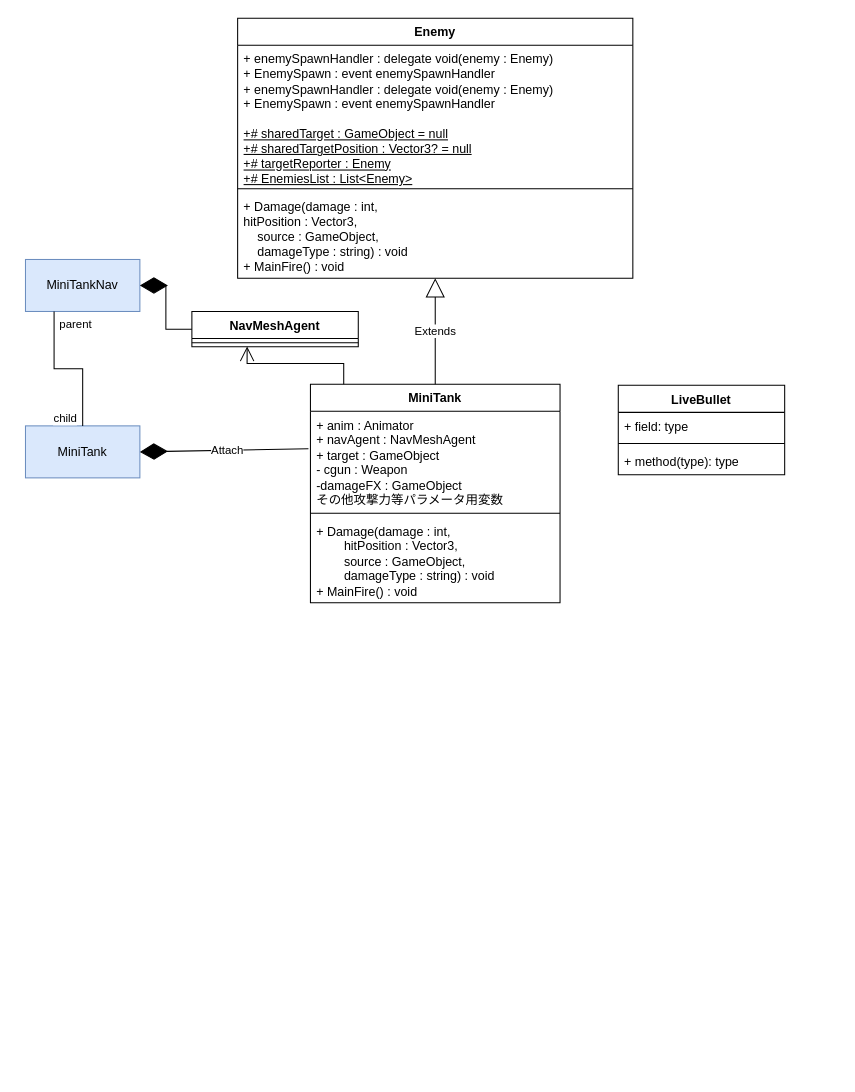
Earlier version of the draw.io diagram 名称未設定ファイル.drawio (magnet15s/blackout_230604). Source tidied: cells renumbered, new cells numbered last; positions are measured from the earlier drawing's top-left corner, leaving out a move shared by most shapes. Both pictures are drawn from the tidied source at 104%, with x=0, y=0 at pixel (25, 18).
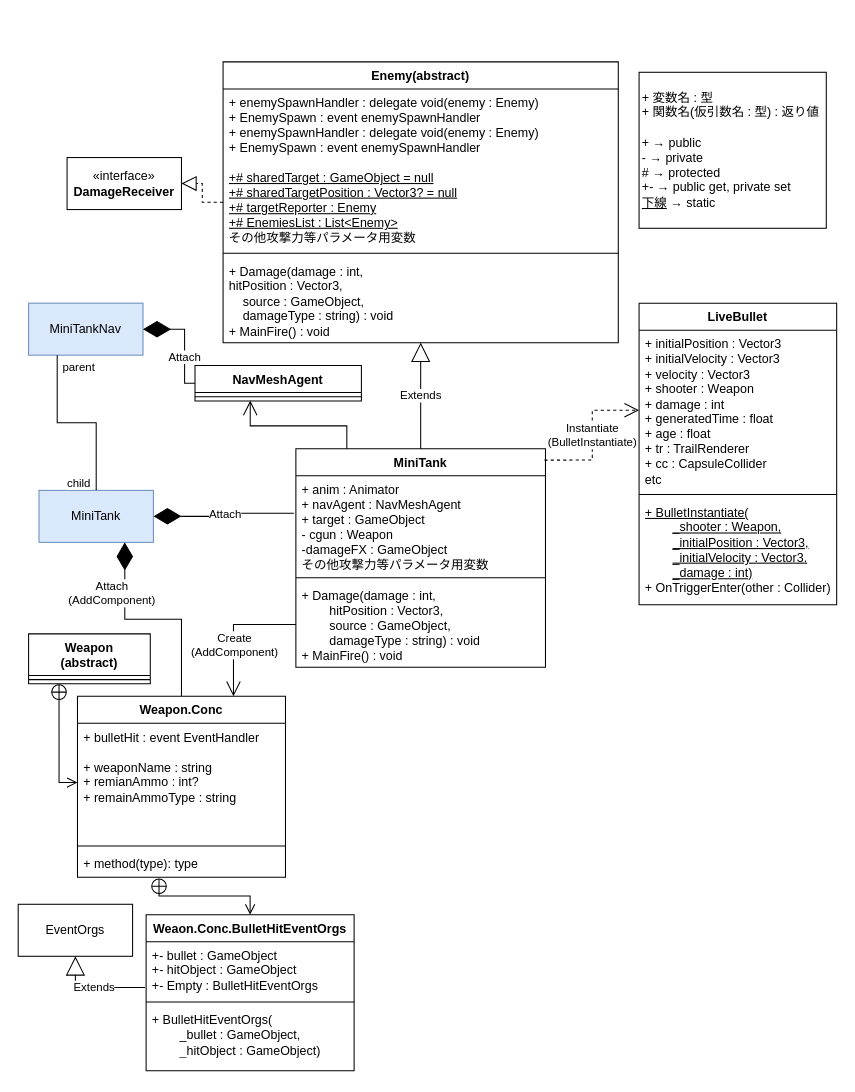
Above is the later version.

Unchanged cells that the change refers to:
```xml
<mxCell id="7" value="+ anim : Animator&lt;br&gt;+ navAgent : NavMeshAgent&lt;br&gt;+ target : GameObject&lt;br&gt;- cgun : Weapon&lt;br&gt;-damageFX : GameObject&lt;br&gt;その他攻撃力等パラメータ用変数" style="text;strokeColor=none;fillColor=none;align=left;verticalAlign=top;spacingLeft=4;spacingRight=4;overflow=hidden;points=[[0,0.5],[1,0.5]];portConstraint=eastwest;whiteSpace=wrap;html=1;" parent="6" vertex="1">
  <mxGeometry y="26" width="240" height="94" as="geometry" />
</mxCell>
<mxCell id="9" value="+ Damage(damage : int,&lt;br&gt;&lt;span style=&quot;white-space: pre;&quot;&gt;&#9;&lt;/span&gt;hitPosition&amp;nbsp;: Vector3,&lt;br&gt;&lt;span style=&quot;white-space: pre;&quot;&gt;&#9;&lt;/span&gt;source : GameObject,&lt;br&gt;&lt;span style=&quot;white-space: pre;&quot;&gt;&#9;&lt;/span&gt;damageType : string) : void&lt;br&gt;+ MainFire() : void" style="text;strokeColor=none;fillColor=none;align=left;verticalAlign=top;spacingLeft=4;spacingRight=4;overflow=hidden;points=[[0,0.5],[1,0.5]];portConstraint=eastwest;whiteSpace=wrap;html=1;" parent="6" vertex="1">
  <mxGeometry y="128" width="240" height="82" as="geometry" />
</mxCell>
<mxCell id="19" style="line;strokeWidth=1;fillColor=none;align=left;verticalAlign=middle;spacingTop=-1;spacingLeft=3;spacingRight=3;labelPosition=right;points=[];portConstraint=eastwest;strokeColor=inherit;" parent="18" vertex="1">
  <mxGeometry y="26" width="160" height="8" as="geometry" />
</mxCell>
```

The edit, as a diff of the source:
```diff
@@
-    <mxCell id="2" value="Enemy" style="swimlane;fontStyle=1;align=center;verticalAlign=top;horizontal=1;startSize=26;whiteSpace=wrap;html=1;" parent="1" vertex="1">
-      <mxGeometry x="204" width="380" height="250" as="geometry" />
+    <mxCell id="2" value="Enemy(abstract)" style="swimlane;fontStyle=1;align=center;verticalAlign=top;horizontal=1;startSize=26;whiteSpace=wrap;html=1;" parent="1" vertex="1">
+      <mxGeometry x="190" y="42" width="380" height="270" as="geometry" />
     </mxCell>
-    <mxCell id="3" value="+ enemySpawnHandler : delegate void(enemy : Enemy)&lt;br&gt;+ EnemySpawn : event enemySpawnHandler&lt;br&gt;+ enemySpawnHandler : delegate void(enemy : Enemy)&lt;br style=&quot;border-color: var(--border-color);&quot;&gt;+ EnemySpawn : event enemySpawnHandler&lt;br&gt;&lt;br&gt;&lt;u&gt;+# sharedTarget : GameObject = null&lt;br&gt;+# sharedTargetPosition : Vector3? = null&lt;br&gt;+# targetReporter : Enemy&lt;br&gt;+# EnemiesList : List&amp;lt;Enemy&amp;gt;&lt;/u&gt;" style="text;strokeColor=none;fillColor=none;align=left;verticalAlign=top;spacingLeft=4;spacingRight=4;overflow=hidden;whiteSpace=wrap;html=1;" parent="2" vertex="1">
-      <mxGeometry y="26" width="380" height="134" as="geometry" />
+    <mxCell id="3" value="+ enemySpawnHandler : delegate void(enemy : Enemy)&lt;br&gt;+ EnemySpawn : event enemySpawnHandler&lt;br&gt;+ enemySpawnHandler : delegate void(enemy : Enemy)&lt;br style=&quot;border-color: var(--border-color);&quot;&gt;+ EnemySpawn : event enemySpawnHandler&lt;br&gt;&lt;br&gt;&lt;u&gt;+# sharedTarget : GameObject = null&lt;br&gt;+# sharedTargetPosition : Vector3? = null&lt;br&gt;+# targetReporter : Enemy&lt;br&gt;+# EnemiesList : List&amp;lt;Enemy&amp;gt;&lt;br&gt;&lt;/u&gt;その他攻撃力等パラメータ用変数&lt;u&gt;&lt;br&gt;&lt;/u&gt;" style="text;strokeColor=none;fillColor=none;align=left;verticalAlign=top;spacingLeft=4;spacingRight=4;overflow=hidden;whiteSpace=wrap;html=1;" parent="2" vertex="1">
+      <mxGeometry y="26" width="380" height="154" as="geometry" />
     </mxCell>
     <mxCell id="4" style="line;strokeWidth=1;fillColor=none;align=left;verticalAlign=middle;spacingTop=-1;spacingLeft=3;spacingRight=3;labelPosition=right;strokeColor=inherit;" parent="2" vertex="1">
-      <mxGeometry y="160" width="380" height="8" as="geometry" />
+      <mxGeometry y="180" width="380" height="8" as="geometry" />
     </mxCell>
     <mxCell id="5" value="+ Damage(damage : int,&lt;br style=&quot;border-color: var(--border-color);&quot;&gt;&#9;hitPosition&amp;nbsp;: Vector3,&lt;br style=&quot;border-color: var(--border-color);&quot;&gt;&lt;span style=&quot;border-color: var(--border-color);&quot;&gt;&lt;span style=&quot;white-space: pre;&quot;&gt;&amp;nbsp;&amp;nbsp;&amp;nbsp;&amp;nbsp;&lt;/span&gt;&lt;/span&gt;source : GameObject,&lt;br style=&quot;border-color: var(--border-color);&quot;&gt;&lt;span style=&quot;border-color: var(--border-color);&quot;&gt;&lt;span style=&quot;white-space: pre;&quot;&gt;&amp;nbsp;&amp;nbsp;&amp;nbsp;&amp;nbsp;&lt;/span&gt;&lt;/span&gt;damageType : string) : void&lt;br style=&quot;border-color: var(--border-color);&quot;&gt;+ MainFire() : void" style="text;strokeColor=none;fillColor=none;align=left;verticalAlign=top;spacingLeft=4;spacingRight=4;overflow=hidden;points=[[0,0.5],[1,0.5]];portConstraint=eastwest;whiteSpace=wrap;html=1;" parent="2" vertex="1">
-      <mxGeometry y="168" width="380" height="82" as="geometry" />
+      <mxGeometry y="188" width="380" height="82" as="geometry" />
     </mxCell>
     <mxCell id="6" value="MiniTank" style="swimlane;fontStyle=1;align=center;verticalAlign=top;horizontal=1;startSize=26;whiteSpace=wrap;html=1;" parent="1" vertex="1">
-      <mxGeometry x="274" y="352" width="240" height="210" as="geometry" />
+      <mxGeometry x="260" y="414" width="240" height="210" as="geometry" />
     </mxCell>
@@
     <mxCell id="10" value="MiniTank" style="html=1;whiteSpace=wrap;fillColor=#dae8fc;strokeColor=#6c8ebf;" parent="1" vertex="1">
-      <mxGeometry y="392" width="110" height="50" as="geometry" />
+      <mxGeometry x="13" y="454" width="110" height="50" as="geometry" />
     </mxCell>
     <mxCell id="11" value="MiniTankNav" style="html=1;whiteSpace=wrap;fillColor=#dae8fc;strokeColor=#6c8ebf;" parent="1" vertex="1">
-      <mxGeometry y="232" width="110" height="50" as="geometry" />
+      <mxGeometry x="3" y="274" width="110" height="50" as="geometry" />
     </mxCell>
@@
-    <mxCell id="16" style="endArrow=diamondThin;endFill=1;endSize=24;html=1;rounded=0;exitX=-0.008;exitY=0.383;exitDx=0;exitDy=0;entryX=1;entryY=0.5;entryDx=0;entryDy=0;exitPerimeter=0;" parent="1" edge="1" source="7" target="10">
+    <mxCell id="16" style="endArrow=diamondThin;endFill=1;endSize=24;html=1;rounded=0;exitX=-0.008;exitY=0.383;exitDx=0;exitDy=0;entryX=1;entryY=0.5;entryDx=0;entryDy=0;exitPerimeter=0;edgeStyle=orthogonalEdgeStyle;" parent="1" edge="1" source="7" target="10">
       <mxGeometry relative="1" as="geometry" />
     </mxCell>
@@
     <mxCell id="18" value="NavMeshAgent" style="swimlane;fontStyle=1;align=center;verticalAlign=top;horizontal=1;startSize=26;whiteSpace=wrap;html=1;" parent="1" vertex="1">
-      <mxGeometry x="160" y="282" width="160" height="34" as="geometry" />
+      <mxGeometry x="163" y="334" width="160" height="34" as="geometry" />
     </mxCell>
@@
     <mxCell id="20" style="endArrow=diamondThin;endFill=1;endSize=24;html=1;rounded=0;exitX=0;exitY=0.5;exitDx=0;exitDy=0;entryX=1;entryY=0.5;entryDx=0;entryDy=0;edgeStyle=orthogonalEdgeStyle;" parent="1" edge="1" source="18" target="11">
-      <mxGeometry relative="1" as="geometry" />
+      <mxGeometry relative="1" as="geometry">
+        <Array as="points">
+          <mxPoint x="153" y="351" />
+          <mxPoint x="153" y="299" />
+        </Array>
+      </mxGeometry>
     </mxCell>
+    <mxCell id="26" value="Attach" style="edgeLabel;html=1;align=center;verticalAlign=middle;" parent="20" vertex="1">
+      <mxGeometry x="-0.29" y="1" relative="1" as="geometry" />
+    </mxCell>
     <mxCell id="21" style="endArrow=open;endFill=1;endSize=12;html=1;rounded=0;entryX=0.332;entryY=0.952;entryDx=0;entryDy=0;entryPerimeter=0;edgeStyle=orthogonalEdgeStyle;" parent="1" edge="1" source="6" target="19">
       <mxGeometry relative="1" as="geometry">
         <Array as="points">
-          <mxPoint x="306" y="332" />
-          <mxPoint x="213" y="332" />
+          <mxPoint x="309" y="392" />
+          <mxPoint x="216" y="392" />
         </Array>
       </mxGeometry>
     </mxCell>
     <mxCell id="22" value="LiveBullet" style="swimlane;fontStyle=1;align=center;verticalAlign=top;horizontal=1;startSize=26;whiteSpace=wrap;html=1;" parent="1" vertex="1">
-      <mxGeometry x="570" y="353" width="160" height="86" as="geometry" />
+      <mxGeometry x="590" y="274" width="190" height="290" as="geometry" />
     </mxCell>
-    <mxCell id="23" value="+ field: type" style="text;strokeColor=none;fillColor=none;align=left;verticalAlign=top;spacingLeft=4;spacingRight=4;overflow=hidden;points=[[0,0.5],[1,0.5]];portConstraint=eastwest;whiteSpace=wrap;html=1;" parent="22" vertex="1">
-      <mxGeometry y="26" width="160" height="26" as="geometry" />
+    <mxCell id="23" value="+ initialPosition : Vector3&lt;br&gt;+ initialVelocity : Vector3&lt;br&gt;+ velocity : Vector3&lt;br&gt;+ shooter : Weapon&lt;br&gt;+ damage : int&lt;br&gt;+ generatedTime : float&lt;br&gt;+ age : float&lt;br&gt;+ tr : TrailRenderer&lt;br&gt;+ cc : CapsuleCollider&lt;br&gt;etc" style="text;strokeColor=none;fillColor=none;align=left;verticalAlign=top;spacingLeft=4;spacingRight=4;overflow=hidden;points=[[0,0.5],[1,0.5]];portConstraint=eastwest;whiteSpace=wrap;html=1;" parent="22" vertex="1">
+      <mxGeometry y="26" width="190" height="154" as="geometry" />
     </mxCell>
     <mxCell id="24" style="line;strokeWidth=1;fillColor=none;align=left;verticalAlign=middle;spacingTop=-1;spacingLeft=3;spacingRight=3;labelPosition=right;strokeColor=inherit;" parent="22" vertex="1">
-      <mxGeometry y="52" width="160" height="8" as="geometry" />
+      <mxGeometry y="180" width="190" height="8" as="geometry" />
     </mxCell>
-    <mxCell id="25" value="+ method(type): type" style="text;strokeColor=none;fillColor=none;align=left;verticalAlign=top;spacingLeft=4;spacingRight=4;overflow=hidden;whiteSpace=wrap;html=1;" parent="22" vertex="1">
-      <mxGeometry y="60" width="160" height="26" as="geometry" />
+    <mxCell id="25" value="&lt;u&gt;+ BulletInstantiate(&lt;br&gt;&lt;span style=&quot;white-space: pre;&quot;&gt;&#9;&lt;/span&gt;_shooter : Weapon,&lt;br&gt;&lt;span style=&quot;white-space: pre;&quot;&gt;&#9;&lt;/span&gt;_initialPosition : Vector3,&lt;br&gt;&lt;span style=&quot;white-space: pre;&quot;&gt;&#9;&lt;/span&gt;_initialVelocity : Vector3.&lt;br&gt;&lt;span style=&quot;white-space: pre;&quot;&gt;&#9;&lt;/span&gt;_damage : int)&lt;/u&gt;&lt;br&gt;+ OnTriggerEnter(other : Collider)" style="text;strokeColor=none;fillColor=none;align=left;verticalAlign=top;spacingLeft=4;spacingRight=4;overflow=hidden;whiteSpace=wrap;html=1;" parent="22" vertex="1">
+      <mxGeometry y="188" width="190" height="102" as="geometry" />
     </mxCell>
+    <mxCell id="27" value="Instantiate&lt;br&gt;(BulletInstantiate)" style="endArrow=open;endSize=12;dashed=1;html=1;rounded=0;exitX=0.996;exitY=0.052;exitDx=0;exitDy=0;exitPerimeter=0;edgeStyle=orthogonalEdgeStyle;" parent="1" edge="1" source="6" target="23">
+      <mxGeometry x="0.01" relative="1" as="geometry" />
+    </mxCell>
+    <mxCell id="28" value="«interface»&lt;br&gt;&lt;b&gt;DamageReceiver&lt;/b&gt;" style="html=1;whiteSpace=wrap;" parent="1" vertex="1">
+      <mxGeometry x="40" y="134" width="110" height="50" as="geometry" />
+    </mxCell>
+    <mxCell id="29" style="endArrow=block;dashed=1;endFill=0;endSize=12;html=1;rounded=0;edgeStyle=orthogonalEdgeStyle;" parent="1" edge="1" source="2" target="28">
+      <mxGeometry relative="1" as="geometry" />
+    </mxCell>
+    <mxCell id="30" value="&lt;div style=&quot;text-align: left;&quot;&gt;+ 変数名 : 型&lt;/div&gt;&lt;div style=&quot;text-align: left;&quot;&gt;+ 関数名(仮引数名 : 型) : 返り値&amp;nbsp;&lt;/div&gt;&lt;div style=&quot;text-align: left;&quot;&gt;&lt;span style=&quot;background-color: initial;&quot;&gt;&lt;br&gt;&lt;/span&gt;&lt;/div&gt;&lt;div style=&quot;text-align: left;&quot;&gt;&lt;span style=&quot;background-color: initial;&quot;&gt;+ → public&amp;nbsp;&lt;/span&gt;&lt;/div&gt;&lt;div style=&quot;text-align: left;&quot;&gt;&lt;span style=&quot;background-color: initial;&quot;&gt;- → private&lt;/span&gt;&lt;/div&gt;&lt;div style=&quot;text-align: left;&quot;&gt;&lt;span style=&quot;background-color: initial;&quot;&gt;# → protected&lt;/span&gt;&lt;/div&gt;&lt;div style=&quot;text-align: left;&quot;&gt;&lt;span style=&quot;background-color: initial;&quot;&gt;+- → public get, private set&lt;/span&gt;&lt;/div&gt;&lt;div style=&quot;text-align: left;&quot;&gt;&lt;span style=&quot;background-color: initial;&quot;&gt;&lt;u&gt;下線&lt;/u&gt;&amp;nbsp;→ static&lt;/span&gt;&lt;/div&gt;" style="text;html=1;strokeColor=#000000;fillColor=none;align=center;verticalAlign=middle;whiteSpace=wrap;rounded=0;" parent="1" vertex="1">
+      <mxGeometry x="590" y="52" width="180" height="150" as="geometry" />
+    </mxCell>
+    <mxCell id="31" value="Weapon.Conc" style="swimlane;fontStyle=1;align=center;verticalAlign=top;horizontal=1;startSize=26;whiteSpace=wrap;html=1;" parent="1" vertex="1">
+      <mxGeometry x="50" y="652" width="200" height="174" as="geometry" />
+    </mxCell>
+    <mxCell id="32" value="+ bulletHit : event EventHandler&lt;br&gt;&lt;br&gt;+ weaponName : string&lt;br&gt;+ remianAmmo : int?&lt;br&gt;+ remainAmmoType : string" style="text;strokeColor=none;fillColor=none;align=left;verticalAlign=top;spacingLeft=4;spacingRight=4;overflow=hidden;points=[[0,0.5],[1,0.5]];portConstraint=eastwest;whiteSpace=wrap;html=1;" parent="31" vertex="1">
+      <mxGeometry y="26" width="200" height="114" as="geometry" />
+    </mxCell>
+    <mxCell id="33" style="line;strokeWidth=1;fillColor=none;align=left;verticalAlign=middle;spacingTop=-1;spacingLeft=3;spacingRight=3;labelPosition=right;strokeColor=inherit;" parent="31" vertex="1">
+      <mxGeometry y="140" width="200" height="8" as="geometry" />
+    </mxCell>
+    <mxCell id="34" value="+ method(type): type" style="text;strokeColor=none;fillColor=none;align=left;verticalAlign=top;spacingLeft=4;spacingRight=4;overflow=hidden;points=[[0,0.5],[1,0.5]];portConstraint=eastwest;whiteSpace=wrap;html=1;" parent="31" vertex="1">
+      <mxGeometry y="148" width="200" height="26" as="geometry" />
+    </mxCell>
+    <mxCell id="35" value="Weapon&lt;br&gt;(abstract)" style="swimlane;fontStyle=1;align=center;verticalAlign=top;horizontal=1;startSize=40;whiteSpace=wrap;html=1;" parent="1" vertex="1">
+      <mxGeometry x="3" y="592" width="117" height="48" as="geometry" />
+    </mxCell>
+    <mxCell id="36" style="line;strokeWidth=1;fillColor=none;align=left;verticalAlign=middle;spacingTop=-1;spacingLeft=3;spacingRight=3;labelPosition=right;strokeColor=inherit;" parent="35" vertex="1">
+      <mxGeometry y="40" width="117" height="8" as="geometry" />
+    </mxCell>
+    <mxCell id="37" style="endArrow=open;startArrow=circlePlus;endFill=0;startFill=0;endSize=8;html=1;rounded=0;entryX=0;entryY=0.5;entryDx=0;entryDy=0;exitX=0.25;exitY=1;exitDx=0;exitDy=0;edgeStyle=orthogonalEdgeStyle;" parent="1" edge="1" source="35" target="32">
+      <mxGeometry relative="1" as="geometry" />
+    </mxCell>
+    <mxCell id="38" value="Weaon.Conc.BulletHitEventOrgs" style="swimlane;fontStyle=1;align=center;verticalAlign=top;horizontal=1;startSize=26;whiteSpace=wrap;html=1;" parent="1" vertex="1">
+      <mxGeometry x="116" y="862" width="200" height="150" as="geometry" />
+    </mxCell>
+    <mxCell id="39" value="+- bullet : GameObject&lt;br style=&quot;border-color: var(--border-color);&quot;&gt;+- hitObject : GameObject&lt;br style=&quot;border-color: var(--border-color);&quot;&gt;+- Empty : BulletHitEventOrgs" style="text;strokeColor=none;fillColor=none;align=left;verticalAlign=top;spacingLeft=4;spacingRight=4;overflow=hidden;points=[[0,0.5],[1,0.5]];portConstraint=eastwest;whiteSpace=wrap;html=1;" parent="38" vertex="1">
+      <mxGeometry y="26" width="200" height="54" as="geometry" />
+    </mxCell>
+    <mxCell id="40" style="line;strokeWidth=1;fillColor=none;align=left;verticalAlign=middle;spacingTop=-1;spacingLeft=3;spacingRight=3;labelPosition=right;strokeColor=inherit;" parent="38" vertex="1">
+      <mxGeometry y="80" width="200" height="8" as="geometry" />
+    </mxCell>
+    <mxCell id="41" value="+ BulletHitEventOrgs(&lt;br&gt;&lt;span style=&quot;white-space: pre;&quot;&gt;&#9;&lt;/span&gt;_bullet : GameObject,&lt;br&gt;&lt;span style=&quot;white-space: pre;&quot;&gt;&#9;&lt;/span&gt;_hitObject : GameObject)" style="text;strokeColor=none;fillColor=none;align=left;verticalAlign=top;spacingLeft=4;spacingRight=4;overflow=hidden;whiteSpace=wrap;html=1;" parent="38" vertex="1">
+      <mxGeometry y="88" width="200" height="62" as="geometry" />
+    </mxCell>
+    <mxCell id="42" value="EventOrgs" style="html=1;whiteSpace=wrap;" parent="1" vertex="1">
+      <mxGeometry x="-7" y="852" width="110" height="50" as="geometry" />
+    </mxCell>
+    <mxCell id="43" value="Extends" style="endArrow=block;endSize=16;endFill=0;html=1;rounded=0;entryX=0.5;entryY=1;entryDx=0;entryDy=0;exitX=-0.005;exitY=0.817;exitDx=0;exitDy=0;edgeStyle=orthogonalEdgeStyle;exitPerimeter=0;" parent="1" edge="1" source="39" target="42">
+      <mxGeometry relative="1" as="geometry" />
+    </mxCell>
+    <mxCell id="44" style="endArrow=open;startArrow=circlePlus;endFill=0;startFill=0;endSize=8;html=1;rounded=0;exitX=0.392;exitY=1.029;exitDx=0;exitDy=0;exitPerimeter=0;edgeStyle=orthogonalEdgeStyle;" parent="1" edge="1" source="34" target="38">
+      <mxGeometry relative="1" as="geometry" />
+    </mxCell>
+    <mxCell id="45" style="endArrow=diamondThin;endFill=1;endSize=24;html=1;rounded=0;entryX=0.75;entryY=1;entryDx=0;entryDy=0;exitX=0.5;exitY=0;exitDx=0;exitDy=0;edgeStyle=orthogonalEdgeStyle;" parent="1" edge="1" source="31" target="10">
+      <mxGeometry relative="1" as="geometry" />
+    </mxCell>
+    <mxCell id="46" value="Attach&lt;br&gt;(AddComponent)" style="edgeLabel;html=1;align=center;verticalAlign=middle;" parent="45" vertex="1">
+      <mxGeometry x="-0.18" y="1" relative="1" as="geometry">
+        <mxPoint x="-59" y="-27" as="offset" />
+      </mxGeometry>
+    </mxCell>
+    <mxCell id="47" style="endArrow=open;endFill=1;endSize=12;html=1;rounded=0;exitX=0;exitY=0.5;exitDx=0;exitDy=0;entryX=0.75;entryY=0;entryDx=0;entryDy=0;edgeStyle=orthogonalEdgeStyle;" parent="1" edge="1" source="9" target="31">
+      <mxGeometry relative="1" as="geometry" />
+    </mxCell>
+    <mxCell id="48" value="Create&lt;br&gt;(AddComponent)" style="edgeLabel;html=1;align=center;verticalAlign=middle;" parent="47" vertex="1">
+      <mxGeometry x="-0.01" y="1" relative="1" as="geometry">
+        <mxPoint x="-1" y="15" as="offset" />
+      </mxGeometry>
+    </mxCell>
```
